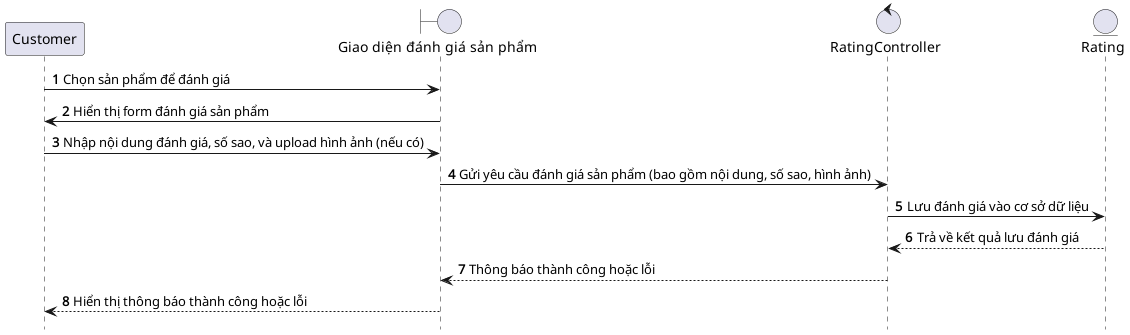
Before: client/out/uml/sequence/rating/ProductRating.png, a diagram exported from PlantUML (tuandev1l/e-commerce-code). Source of this version:
```plantuml
@startuml ProductRating

hide footbox
autonumber
participant Customer as customer
boundary "Giao diện đánh giá sản phẩm" as ratingUI
control "RatingController" as ratingController
entity "Rating" as ratingEntity

customer -> ratingUI: Chọn sản phẩm để đánh giá
ratingUI -> customer: Hiển thị form đánh giá sản phẩm
customer -> ratingUI: Nhập nội dung đánh giá, số sao, và upload hình ảnh (nếu có)
ratingUI -> ratingController: Gửi yêu cầu đánh giá sản phẩm (bao gồm nội dung, số sao, hình ảnh)
ratingController -> ratingEntity: Lưu đánh giá vào cơ sở dữ liệu
ratingEntity --> ratingController: Trả về kết quả lưu đánh giá
ratingController --> ratingUI: Thông báo thành công hoặc lỗi
ratingUI --> customer: Hiển thị thông báo thành công hoặc lỗi

@enduml
```
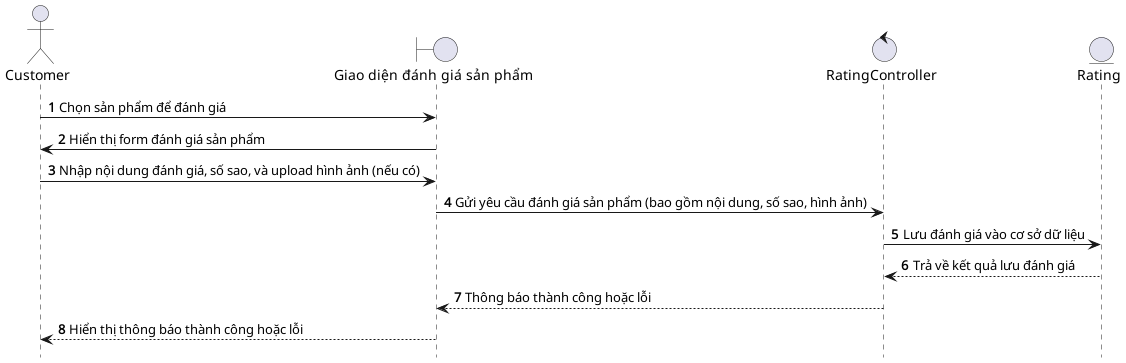
After the change.

Diff of the diagram source:
```diff
@@ -2,7 +2,7 @@
 
 hide footbox
 autonumber
-participant Customer as customer
+actor Customer as customer
 boundary "Giao diện đánh giá sản phẩm" as ratingUI
 control "RatingController" as ratingController
 entity "Rating" as ratingEntity
```
